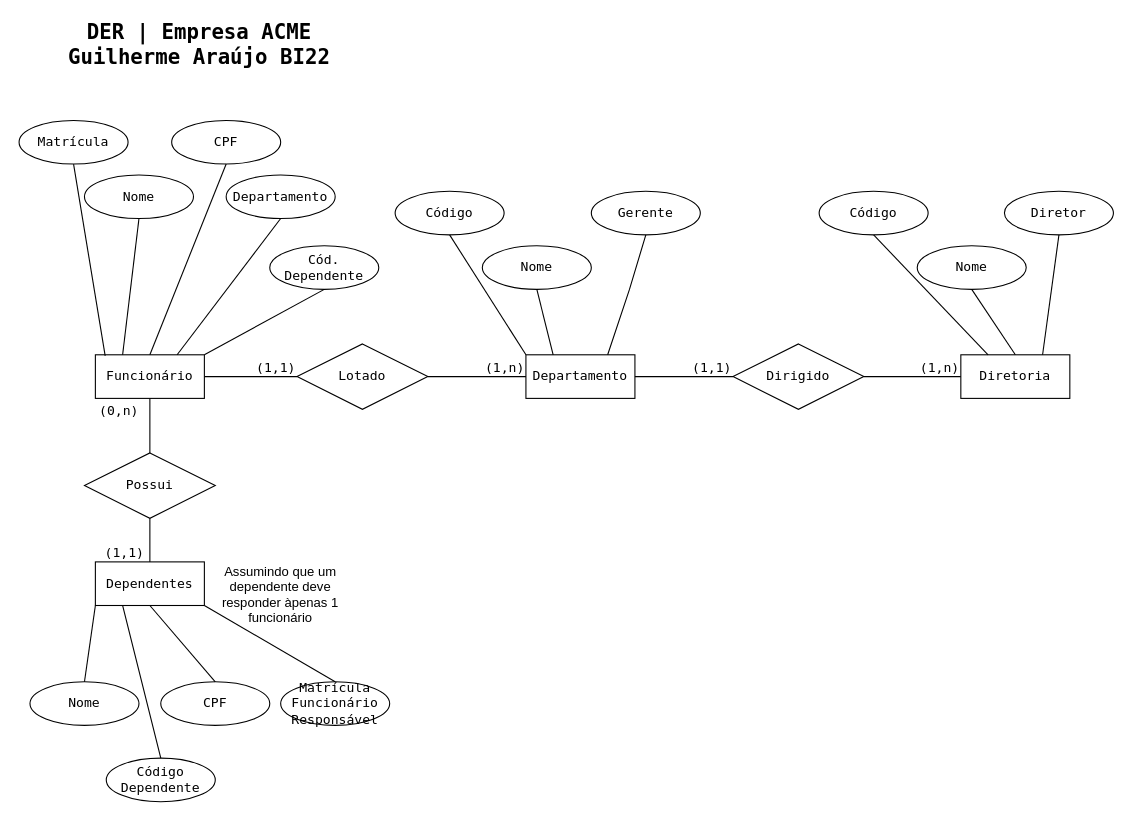
Earlier version of the draw.io diagram Aula2CadFunc.drawio (GuiFerA/Projects). Source tidied: cells renumbered, new cells numbered last; positions are measured from the earlier drawing's top-left corner, leaving out a move shared by most shapes. Both pictures are drawn from the tidied source at 109%, with x=0, y=0 at pixel (19, 22).
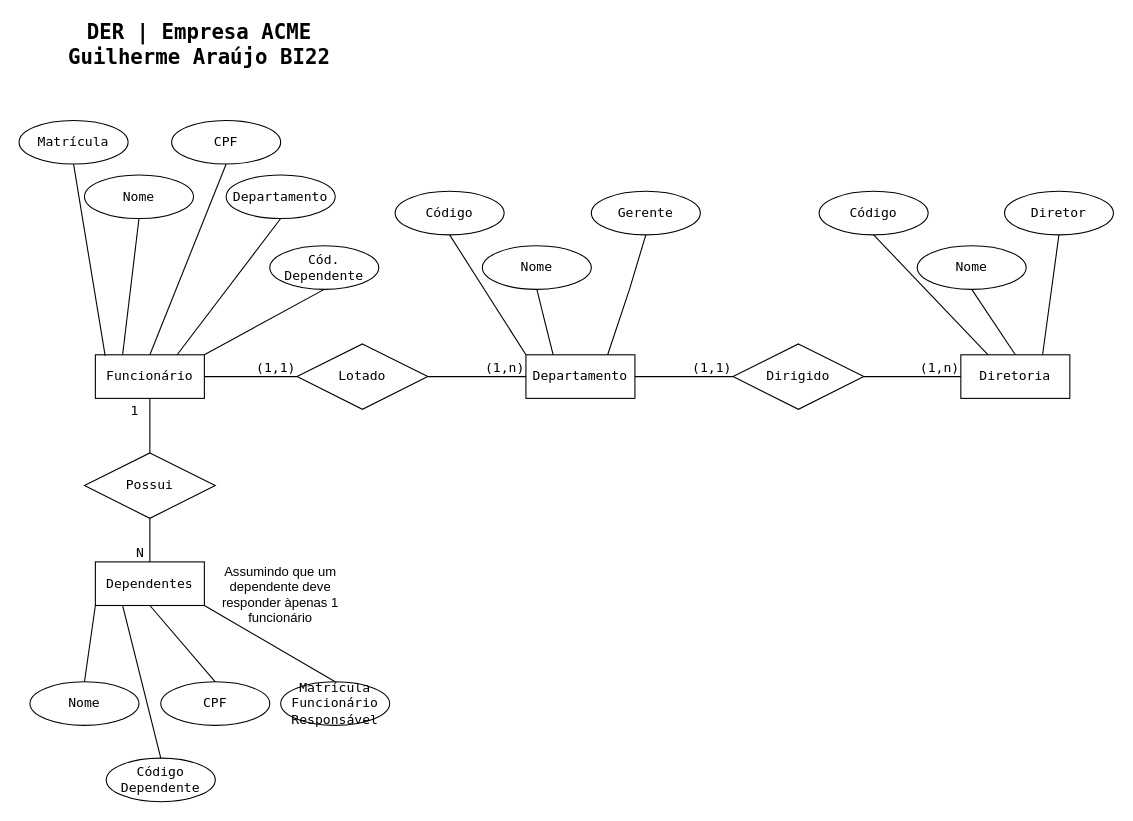
After the change.

The change refers to these unchanged cells:
```xml
<mxCell id="40" style="endArrow=none;html=1;rounded=0;fontFamily=Lucida Console;fontSize=12;exitX=0.5;exitY=1;exitDx=0;exitDy=0;entryX=0.5;entryY=0;entryDx=0;entryDy=0;" parent="1" edge="1" source="37" target="42">
  <mxGeometry relative="1" as="geometry" />
</mxCell>
```

Change to the diagram source:
```diff
@@
-    <mxCell id="38" value="(0,n)" style="html=1;align=right;verticalAlign=bottom;fontFamily=Lucida Console;" parent="1" vertex="1">
+    <mxCell id="38" value="1" style="html=1;align=right;verticalAlign=bottom;fontFamily=Lucida Console;" parent="1" vertex="1">
       <mxGeometry x="110" y="365" as="geometry" />
     </mxCell>
@@
-    <mxCell id="41" value="(1,1)" style="html=1;align=right;verticalAlign=bottom;fontFamily=Lucida Console;" parent="40" vertex="1">
+    <mxCell id="41" value="N" style="html=1;align=right;verticalAlign=bottom;fontFamily=Lucida Console;" parent="40" vertex="1">
       <mxGeometry x="1" relative="1" as="geometry">
         <mxPoint x="-5" as="offset" />
       </mxGeometry>
     </mxCell>
```
